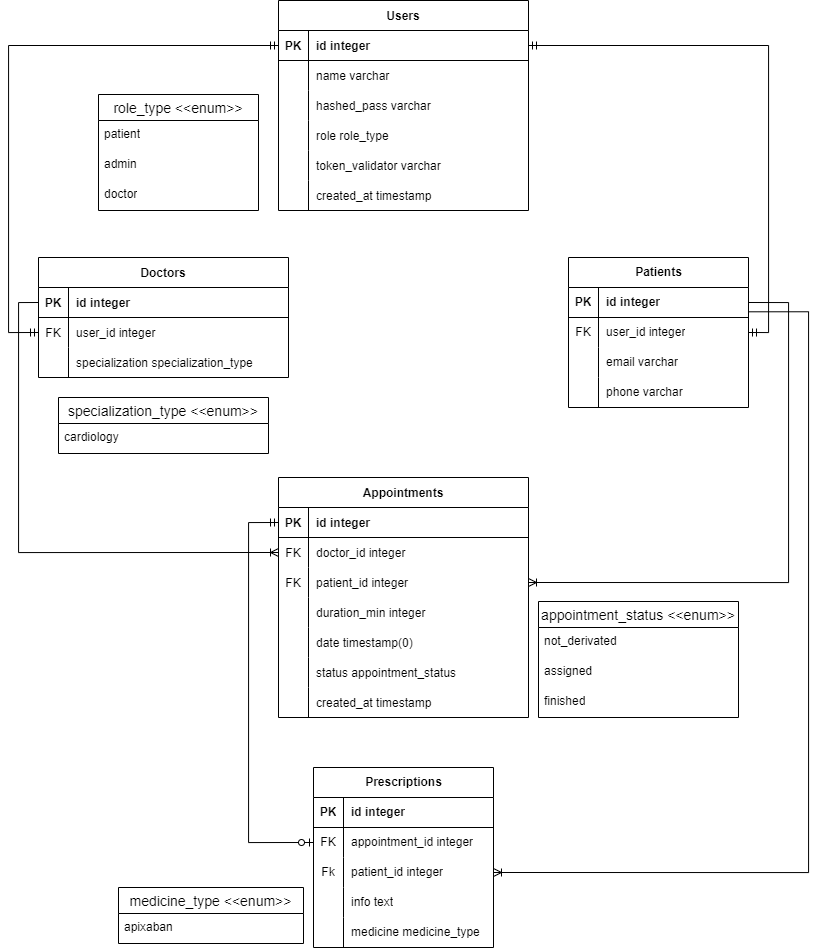
MelnikAndres/Solvd keeps this draw.io diagram as hospital_dockerized/hospital/db_diagram.png. Above is the earlier version. Source tidied: cells renumbered, new cells last; positions are measured from the earlier drawing's top-left corner, leaving out a move shared by most shapes.
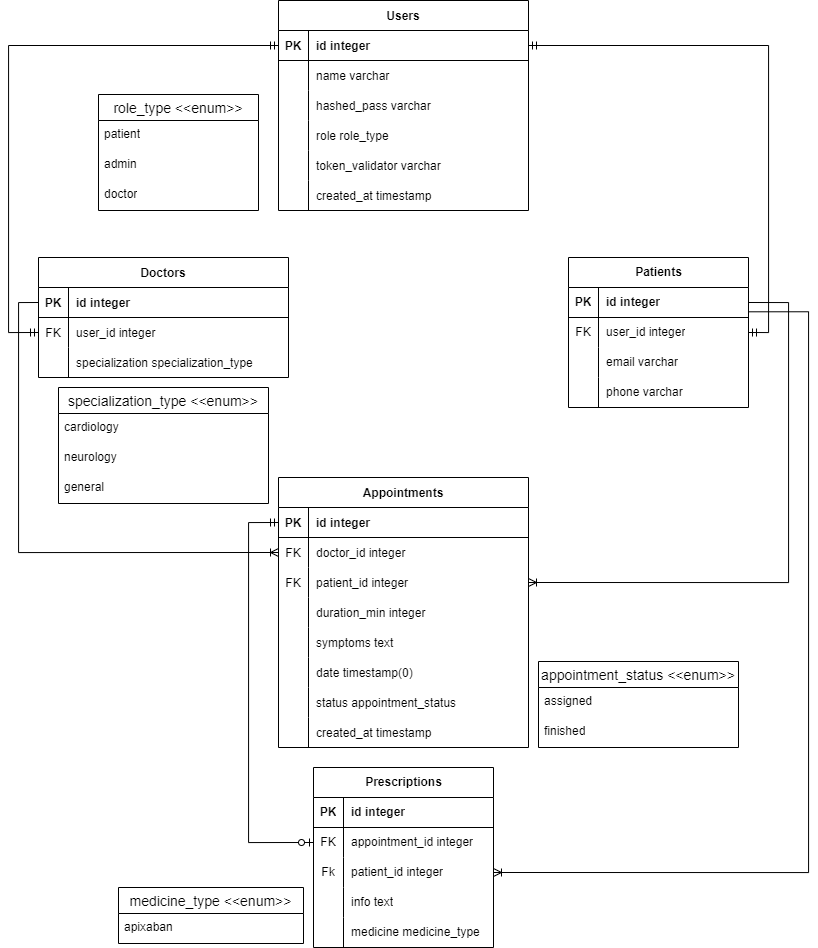
The same diagram one commit later.

The edit, as a diff of the source:
```diff
@@ -53,13 +53,19 @@
       </mxGeometry>
     </mxCell>
     <mxCell id="17" value="specialization_type &lt;&lt;enum&gt;&gt;" style="swimlane;fontStyle=0;horizontal=1;startSize=26;align=center;fontSize=14;" parent="1" vertex="1">
-      <mxGeometry x="50" y="397" width="210" height="56" as="geometry" />
+      <mxGeometry x="50" y="387" width="210" height="116" as="geometry" />
     </mxCell>
     <mxCell id="18" value="cardiology" style="text;strokeColor=none;fillColor=none;spacingLeft=4;spacingRight=4;overflow=hidden;fontSize=12;whiteSpace=wrap;html=1;" parent="17" vertex="1">
       <mxGeometry y="26" width="210" height="30" as="geometry" />
     </mxCell>
+    <mxCell id="101" value="neurology" style="text;strokeColor=none;fillColor=none;spacingLeft=4;spacingRight=4;overflow=hidden;fontSize=12;whiteSpace=wrap;html=1;" parent="17" vertex="1">
+      <mxGeometry y="56" width="210" height="30" as="geometry" />
+    </mxCell>
+    <mxCell id="102" value="general" style="text;strokeColor=none;fillColor=none;spacingLeft=4;spacingRight=4;overflow=hidden;fontSize=12;whiteSpace=wrap;html=1;" parent="17" vertex="1">
+      <mxGeometry y="86" width="210" height="30" as="geometry" />
+    </mxCell>
     <mxCell id="19" value="Appointments" style="shape=table;startSize=30;rowLines=0;fontStyle=1;align=center;" parent="1" vertex="1">
-      <mxGeometry x="270" y="477" width="250" height="240" as="geometry" />
+      <mxGeometry x="270" y="477" width="250" height="270" as="geometry" />
     </mxCell>
     <mxCell id="20" style="shape=partialRectangle;fillColor=none;points=[[0,0.5],[1,0.5]];portConstraint=eastwest;top=0;left=0;right=0;bottom=1;perimeterSpacing=0;fontStyle=0;strokeColor=default;" parent="19" vertex="1">
       <mxGeometry y="30" width="250" height="30" as="geometry" />
@@ -100,41 +106,47 @@
     <mxCell id="32" style="shape=partialRectangle;fillColor=none;top=0;left=0;right=0;bottom=0;" parent="19" vertex="1">
       <mxGeometry y="150" width="250" height="30" as="geometry" />
     </mxCell>
-    <mxCell id="33" style="shape=partialRectangle;overflow=hidden;fillColor=none;top=0;left=0;bottom=0;right=0;" parent="32" vertex="1">
-      <mxGeometry width="30" height="30" as="geometry" />
-    </mxCell>
+    <mxCell id="103" style="shape=partialRectangle;overflow=hidden;fillColor=none;top=0;left=0;bottom=0;right=0;" parent="32" vertex="1">
+      <mxGeometry width="30" height="30" as="geometry" />
+    </mxCell>
+    <mxCell id="104" value="symptoms text" style="shape=partialRectangle;overflow=hidden;fillColor=none;top=0;left=0;bottom=0;right=0;align=left;spacingLeft=6;" parent="32" vertex="1">
+      <mxGeometry x="30" width="220" height="30" as="geometry" />
+    </mxCell>
+    <mxCell id="35" style="shape=partialRectangle;fillColor=none;top=0;left=0;right=0;bottom=0;" parent="19" vertex="1">
+      <mxGeometry y="180" width="250" height="30" as="geometry" />
+    </mxCell>
+    <mxCell id="105" style="shape=partialRectangle;overflow=hidden;fillColor=none;top=0;left=0;bottom=0;right=0;" parent="35" vertex="1">
+      <mxGeometry width="30" height="30" as="geometry" />
+    </mxCell>
-    <mxCell id="34" value="date timestamp(0)" style="shape=partialRectangle;overflow=hidden;fillColor=none;top=0;left=0;bottom=0;right=0;align=left;spacingLeft=6;" parent="32" vertex="1">
+    <mxCell id="34" value="date timestamp(0)" style="shape=partialRectangle;overflow=hidden;fillColor=none;top=0;left=0;bottom=0;right=0;align=left;spacingLeft=6;" parent="35" vertex="1">
       <mxGeometry x="30" width="220" height="30" as="geometry" />
     </mxCell>
-    <mxCell id="35" style="shape=partialRectangle;fillColor=none;top=0;left=0;right=0;bottom=0;" parent="19" vertex="1">
-      <mxGeometry y="180" width="250" height="30" as="geometry" />
-    </mxCell>
-    <mxCell id="36" style="shape=partialRectangle;overflow=hidden;fillColor=none;top=0;left=0;bottom=0;right=0;" parent="35" vertex="1">
-      <mxGeometry width="30" height="30" as="geometry" />
-    </mxCell>
+    <mxCell id="38" style="shape=partialRectangle;fillColor=none;top=0;left=0;right=0;bottom=0;" parent="19" vertex="1">
+      <mxGeometry y="210" width="250" height="30" as="geometry" />
+    </mxCell>
+    <mxCell id="106" style="shape=partialRectangle;overflow=hidden;fillColor=none;top=0;left=0;bottom=0;right=0;" parent="38" vertex="1">
+      <mxGeometry width="30" height="30" as="geometry" />
+    </mxCell>
-    <mxCell id="37" value="status appointment_status" style="shape=partialRectangle;overflow=hidden;fillColor=none;top=0;left=0;bottom=0;right=0;align=left;spacingLeft=6;" parent="35" vertex="1">
+    <mxCell id="37" value="status appointment_status" style="shape=partialRectangle;overflow=hidden;fillColor=none;top=0;left=0;bottom=0;right=0;align=left;spacingLeft=6;" parent="38" vertex="1">
       <mxGeometry x="30" width="220" height="30" as="geometry" />
     </mxCell>
-    <mxCell id="38" style="shape=partialRectangle;fillColor=none;top=0;left=0;right=0;bottom=0;" parent="19" vertex="1">
-      <mxGeometry y="210" width="250" height="30" as="geometry" />
-    </mxCell>
-    <mxCell id="39" style="shape=partialRectangle;overflow=hidden;fillColor=none;top=0;left=0;bottom=0;right=0;" parent="38" vertex="1">
-      <mxGeometry width="30" height="30" as="geometry" />
-    </mxCell>
+    <mxCell id="107" style="shape=partialRectangle;fillColor=none;top=0;left=0;right=0;bottom=0;" parent="19" vertex="1">
+      <mxGeometry y="240" width="250" height="30" as="geometry" />
+    </mxCell>
+    <mxCell id="108" style="shape=partialRectangle;overflow=hidden;fillColor=none;top=0;left=0;bottom=0;right=0;" parent="107" vertex="1">
+      <mxGeometry width="30" height="30" as="geometry" />
+    </mxCell>
-    <mxCell id="40" value="created_at timestamp" style="shape=partialRectangle;overflow=hidden;fillColor=none;top=0;left=0;bottom=0;right=0;align=left;spacingLeft=6;" parent="38" vertex="1">
+    <mxCell id="40" value="created_at timestamp" style="shape=partialRectangle;overflow=hidden;fillColor=none;top=0;left=0;bottom=0;right=0;align=left;spacingLeft=6;" parent="107" vertex="1">
       <mxGeometry x="30" width="220" height="30" as="geometry" />
     </mxCell>
     <mxCell id="41" value="appointment_status &lt;&lt;enum&gt;&gt;" style="swimlane;fontStyle=0;horizontal=1;startSize=26;align=center;fontSize=14;" parent="1" vertex="1">
-      <mxGeometry x="530" y="601" width="200" height="116" as="geometry" />
+      <mxGeometry x="530" y="661" width="200" height="86" as="geometry" />
     </mxCell>
-    <mxCell id="42" value="not_derivated" style="text;strokeColor=none;fillColor=none;spacingLeft=4;spacingRight=4;overflow=hidden;fontSize=12;whiteSpace=wrap;html=1;" parent="41" vertex="1">
-      <mxGeometry y="26" width="200" height="30" as="geometry" />
-    </mxCell>
     <mxCell id="43" value="assigned" style="text;strokeColor=none;fillColor=none;spacingLeft=4;spacingRight=4;overflow=hidden;fontSize=12;whiteSpace=wrap;html=1;" parent="41" vertex="1">
-      <mxGeometry y="56" width="200" height="30" as="geometry" />
+      <mxGeometry y="26" width="200" height="30" as="geometry" />
     </mxCell>
     <mxCell id="44" value="finished" style="text;strokeColor=none;fillColor=none;spacingLeft=4;spacingRight=4;overflow=hidden;fontSize=12;whiteSpace=wrap;html=1;" parent="41" vertex="1">
-      <mxGeometry y="86" width="200" height="30" as="geometry" />
+      <mxGeometry y="56" width="200" height="30" as="geometry" />
     </mxCell>
     <mxCell id="45" value="Patients" style="shape=table;startSize=30;rowLines=0;fontStyle=1;align=center;html=1;" parent="1" vertex="1">
       <mxGeometry x="560" y="257" width="180" height="150" as="geometry" />
```
